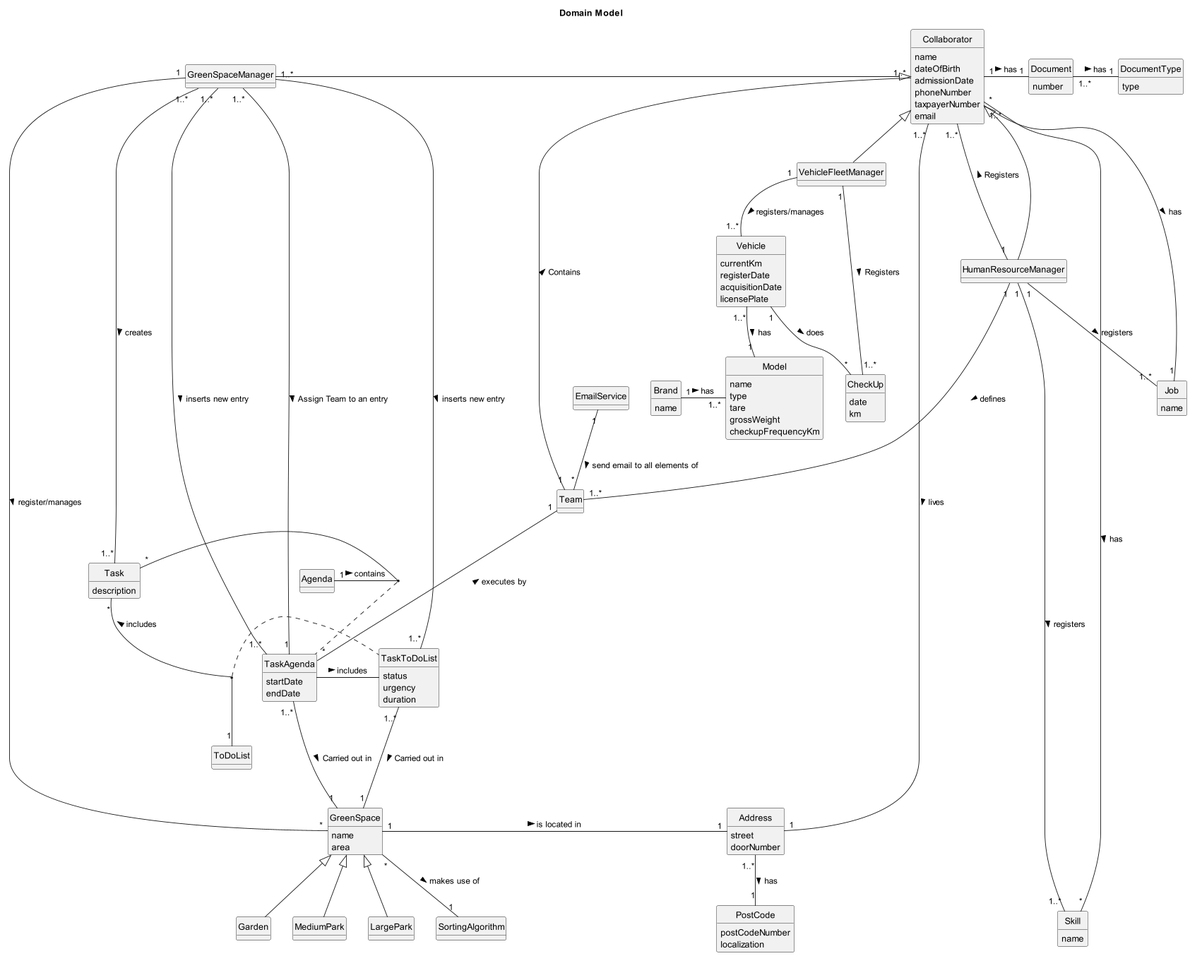
Before: docs/sprint3/global-artifacts/02.analysis/svg/partial-use-domain-model-Domain_Model.png, a diagram exported from PlantUML (Departamento-de-Engenharia-Informatica/lei-24-s2-1db-g022).
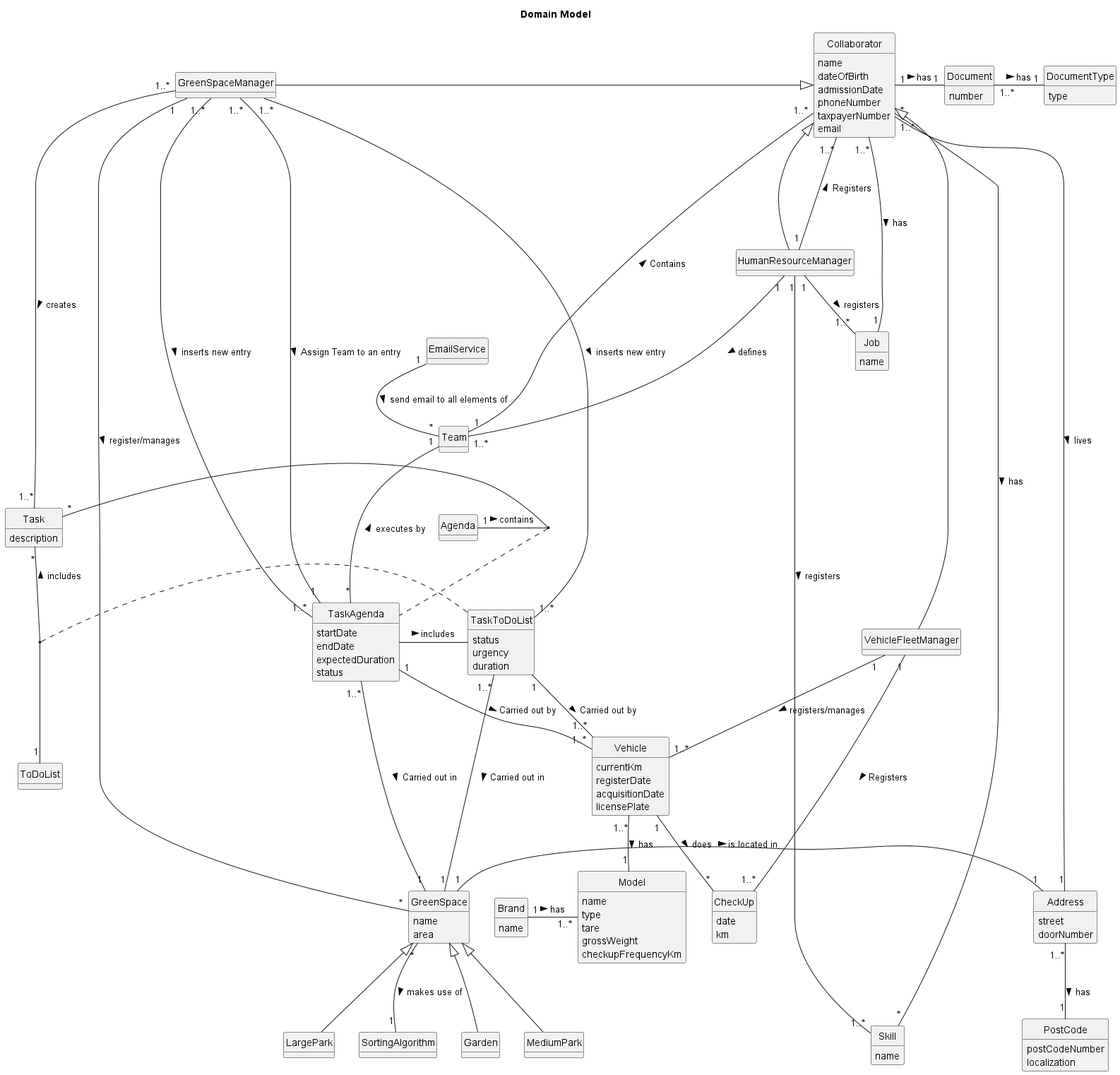
After the change.

Commit message:
us28 and domain model

What changed in the source:
```diff
@@ -104,6 +104,8 @@
 class TaskAgenda{
     startDate
     endDate
+    expectedDuration
+    status
 }
 
 class Task {
@@ -152,7 +154,9 @@
 GreenSpace "*" -- "1" SortingAlgorithm : makes use of >
 
 TaskAgenda "1..*" --- "1" GreenSpace :  Carried out in  >
+TaskAgenda "1" -- "1..*" Vehicle : Carried out by >
 TaskToDoList "1..*" --- "1" GreenSpace :  Carried out in  >
+TaskToDoList "1" -- "1..*" Vehicle : Carried out by >
 
 Task "*" -- "1" ToDoList : includes <
 
```
